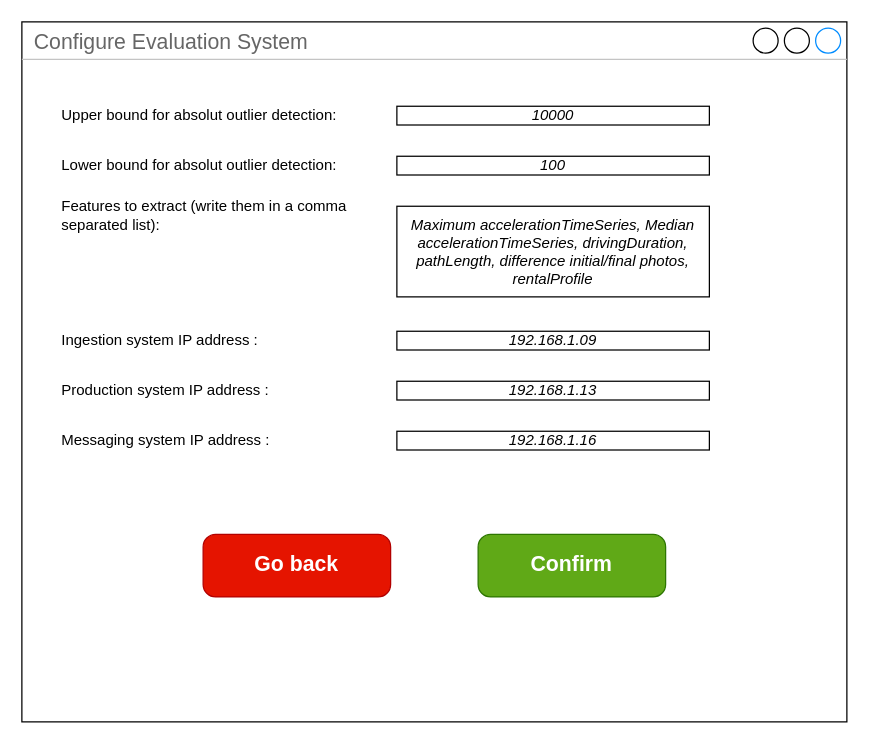
The draw.io diagram configure/evaluation_system(JACO).drawio in BaffoBello14/AutomaticDamagesRecognition, before the edit. Source tidied: cells renumbered, new cells numbered last; positions are measured from the earlier drawing's top-left corner, leaving out a move shared by most shapes. Both pictures are drawn from the tidied source at 125%, with x=0, y=0 at pixel (21, 21).
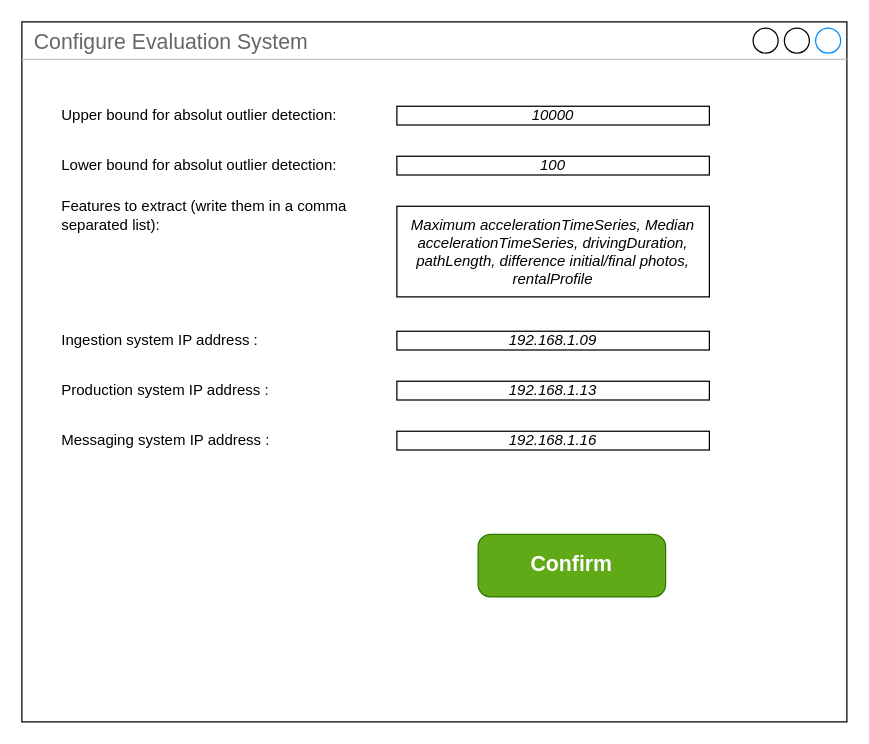
After the change.

Commit message (it also covers changes not shown here):
removed go back btn

Change to the diagram source:
```diff
@@
 <mxGraphModel>
   <root>
     <mxCell id="0" />
     <mxCell id="1" parent="0" />
     <mxCell id="2" value="Configure Evaluation System" style="strokeWidth=1;shadow=0;dashed=0;align=center;html=1;shape=mxgraph.mockup.containers.window;align=left;verticalAlign=top;spacingLeft=8;strokeColor2=#008cff;strokeColor3=#c4c4c4;fontColor=#666666;mainText=;fontSize=17;labelBackgroundColor=none;whiteSpace=wrap;" parent="1" vertex="1">
       <mxGeometry width="660" height="560" as="geometry" />
     </mxCell>
     <mxCell id="3" value="Confirm" style="strokeWidth=1;shadow=0;dashed=0;align=center;html=1;shape=mxgraph.mockup.buttons.button;strokeColor=#2D7600;fontColor=#ffffff;mainText=;buttonStyle=round;fontSize=17;fontStyle=1;fillColor=#60a917;whiteSpace=wrap;" parent="1" vertex="1">
       <mxGeometry x="365" y="410" width="150" height="50" as="geometry" />
     </mxCell>
-    <mxCell id="4" value="Go back" style="strokeWidth=1;shadow=0;dashed=0;align=center;html=1;shape=mxgraph.mockup.buttons.button;strokeColor=#B20000;mainText=;buttonStyle=round;fontSize=17;fontStyle=1;fillColor=#e51400;whiteSpace=wrap;fontColor=#ffffff;" parent="1" vertex="1">
-      <mxGeometry x="145" y="410" width="150" height="50" as="geometry" />
-    </mxCell>
     <mxCell id="5" value="Upper bound for absolut outlier detection:" style="text;html=1;strokeColor=none;fillColor=none;align=left;verticalAlign=middle;whiteSpace=wrap;rounded=0;" parent="1" vertex="1">
       <mxGeometry x="30" y="60" width="240" height="30" as="geometry" />
     </mxCell>
     <mxCell id="6" value="&lt;i&gt;&lt;font&gt;10000&lt;/font&gt;&lt;/i&gt;" style="rounded=0;whiteSpace=wrap;html=1;fontColor=#000000;" parent="1" vertex="1">
       <mxGeometry x="300" y="67.5" width="250" height="15" as="geometry" />
     </mxCell>
     <mxCell id="7" value="Lower bound for absolut outlier detection:" style="text;html=1;strokeColor=none;fillColor=none;align=left;verticalAlign=middle;whiteSpace=wrap;rounded=0;" parent="1" vertex="1">
       <mxGeometry x="30" y="100" width="230" height="30" as="geometry" />
     </mxCell>
     <mxCell id="8" value="&lt;i&gt;&lt;font&gt;100&lt;/font&gt;&lt;/i&gt;" style="rounded=0;whiteSpace=wrap;html=1;fontColor=#000000;" parent="1" vertex="1">
       <mxGeometry x="300" y="107.5" width="250" height="15" as="geometry" />
     </mxCell>
     <mxCell id="9" value="Features to extract (write them in a comma separated list):" style="text;html=1;strokeColor=none;fillColor=none;align=left;verticalAlign=middle;whiteSpace=wrap;rounded=0;" parent="1" vertex="1">
       <mxGeometry x="30" y="140" width="240" height="30" as="geometry" />
     </mxCell>
     <mxCell id="10" value="&lt;i&gt;Maximum accelerationTimeSeries, Median accelerationTimeSeries, drivingDuration, pathLength, difference initial/final photos, rentalProfile&lt;/i&gt;" style="rounded=0;whiteSpace=wrap;html=1;fontColor=#000000;" parent="1" vertex="1">
       <mxGeometry x="300" y="147.5" width="250" height="72.5" as="geometry" />
     </mxCell>
     <mxCell id="11" value="Ingestion system IP address :" style="text;html=1;strokeColor=none;fillColor=none;align=left;verticalAlign=middle;whiteSpace=wrap;rounded=0;" parent="1" vertex="1">
       <mxGeometry x="30" y="240" width="210" height="30" as="geometry" />
     </mxCell>
     <mxCell id="12" value="&lt;i style=&quot;border-color: var(--border-color);&quot;&gt;&lt;font style=&quot;border-color: var(--border-color);&quot;&gt;192.168.1.09&lt;/font&gt;&lt;/i&gt;" style="rounded=0;whiteSpace=wrap;html=1;fontColor=#000000;" parent="1" vertex="1">
       <mxGeometry x="300" y="247.5" width="250" height="15" as="geometry" />
     </mxCell>
     <mxCell id="13" value="Production system IP address :" style="text;html=1;strokeColor=none;fillColor=none;align=left;verticalAlign=middle;whiteSpace=wrap;rounded=0;" parent="1" vertex="1">
       <mxGeometry x="30" y="280" width="210" height="30" as="geometry" />
     </mxCell>
     <mxCell id="14" value="&lt;i style=&quot;border-color: var(--border-color);&quot;&gt;&lt;font style=&quot;border-color: var(--border-color);&quot;&gt;192.168.1.13&lt;/font&gt;&lt;/i&gt;" style="rounded=0;whiteSpace=wrap;html=1;fontColor=#000000;" parent="1" vertex="1">
       <mxGeometry x="300" y="287.5" width="250" height="15" as="geometry" />
     </mxCell>
     <mxCell id="15" value="Messaging system IP address :" style="text;html=1;strokeColor=none;fillColor=none;align=left;verticalAlign=middle;whiteSpace=wrap;rounded=0;" parent="1" vertex="1">
       <mxGeometry x="30" y="320" width="210" height="30" as="geometry" />
     </mxCell>
     <mxCell id="16" value="&lt;i style=&quot;border-color: var(--border-color);&quot;&gt;&lt;font style=&quot;border-color: var(--border-color);&quot;&gt;192.168.1.16&lt;/font&gt;&lt;/i&gt;" style="rounded=0;whiteSpace=wrap;html=1;fontColor=#000000;" parent="1" vertex="1">
       <mxGeometry x="300" y="327.5" width="250" height="15" as="geometry" />
     </mxCell>
   </root>
 </mxGraphModel>
```
